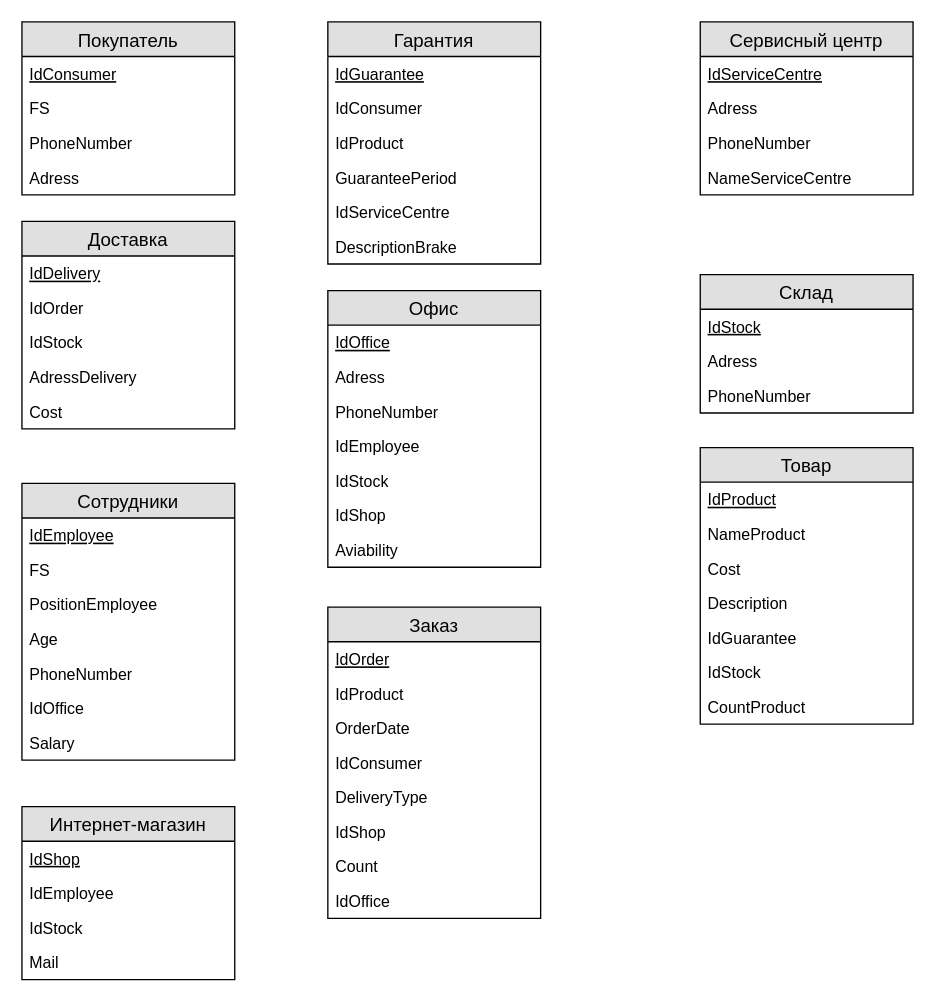
janonsky/Pirozhok keeps this draw.io diagram as Untitled Diagram.drawio. Above is the earlier version. Source tidied: cells renumbered, new cells numbered last; positions are measured from the earlier drawing's top-left corner, leaving out a move shared by most shapes. Both pictures are drawn from the tidied source at 133%, with x=0, y=0 at pixel (21, 21).
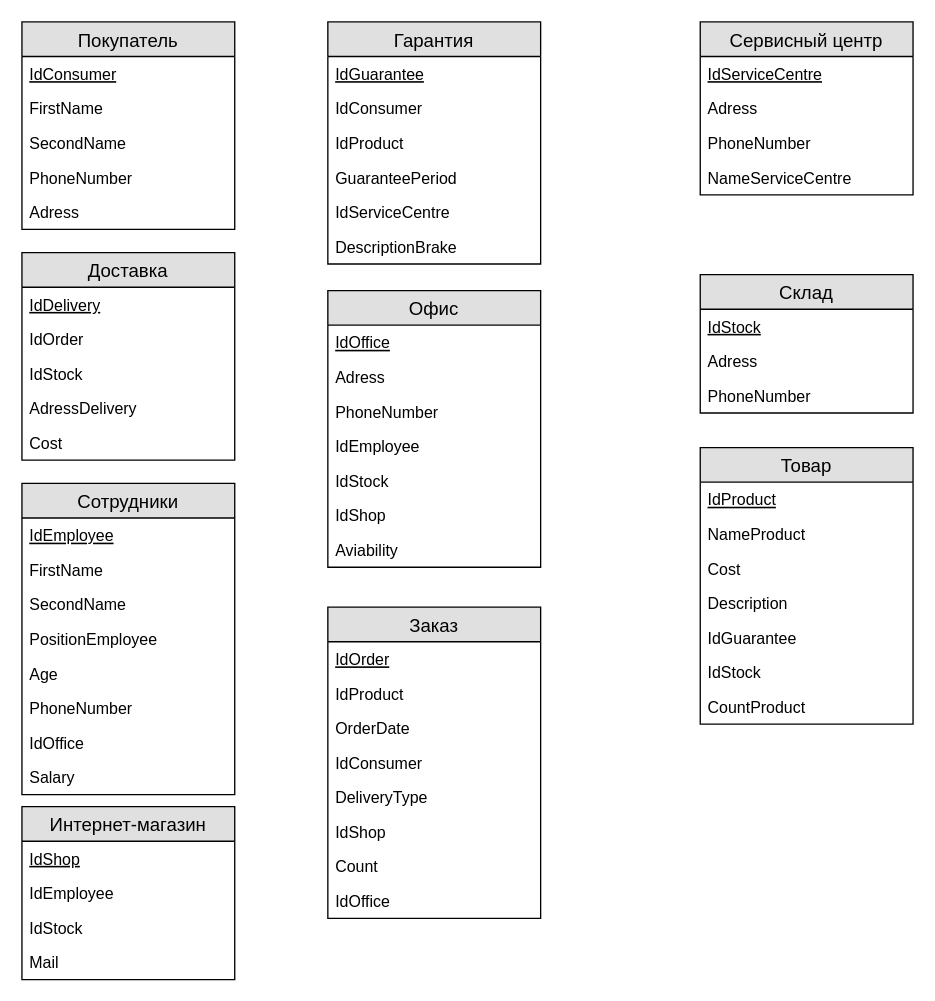
The same page after the edit.

The edit, as a diff of the source:
```diff
@@
     <mxCell id="2" value="Покупатель" style="swimlane;fontStyle=0;horizontal=1;startSize=26;fillColor=#e0e0e0;swimlaneFillColor=#ffffff;align=center;fontSize=14;" parent="1" vertex="1">
-      <mxGeometry width="160" height="130" as="geometry" />
+      <mxGeometry width="160" height="156" as="geometry" />
     </mxCell>
@@
+    <mxCell id="67" value="FirstName" style="text;strokeColor=none;fillColor=none;spacingLeft=4;spacingRight=4;overflow=hidden;fontSize=12;" parent="2" vertex="1">
+      <mxGeometry y="52" width="160" height="26" as="geometry" />
+    </mxCell>
-    <mxCell id="4" value="FS" style="text;strokeColor=none;fillColor=none;spacingLeft=4;spacingRight=4;overflow=hidden;fontSize=12;" parent="2" vertex="1">
-      <mxGeometry y="52" width="160" height="26" as="geometry" />
+    <mxCell id="4" value="SecondName" style="text;strokeColor=none;fillColor=none;spacingLeft=4;spacingRight=4;overflow=hidden;fontSize=12;" parent="2" vertex="1">
+      <mxGeometry y="78" width="160" height="26" as="geometry" />
     </mxCell>
     <mxCell id="5" value="PhoneNumber" style="text;strokeColor=none;fillColor=none;spacingLeft=4;spacingRight=4;overflow=hidden;fontSize=12;" parent="2" vertex="1">
-      <mxGeometry y="78" width="160" height="26" as="geometry" />
+      <mxGeometry y="104" width="160" height="26" as="geometry" />
     </mxCell>
     <mxCell id="6" value="Adress" style="text;strokeColor=none;fillColor=none;spacingLeft=4;spacingRight=4;overflow=hidden;fontSize=12;" parent="2" vertex="1">
-      <mxGeometry y="104" width="160" height="26" as="geometry" />
+      <mxGeometry y="130" width="160" height="26" as="geometry" />
     </mxCell>
     <mxCell id="7" value="Доставка" style="swimlane;fontStyle=0;horizontal=1;startSize=26;fillColor=#e0e0e0;swimlaneFillColor=#ffffff;align=center;fontSize=14;" parent="1" vertex="1">
-      <mxGeometry y="150" width="160" height="156" as="geometry" />
+      <mxGeometry y="173.5" width="160" height="156" as="geometry" />
     </mxCell>
@@
     <mxCell id="13" value="Сотрудники" style="swimlane;fontStyle=0;horizontal=1;startSize=26;fillColor=#e0e0e0;swimlaneFillColor=#ffffff;align=center;fontSize=14;" parent="1" vertex="1">
-      <mxGeometry y="347" width="160" height="208" as="geometry" />
+      <mxGeometry y="347" width="160" height="234" as="geometry" />
     </mxCell>
@@
+    <mxCell id="68" value="FirstName" style="text;strokeColor=none;fillColor=none;spacingLeft=4;spacingRight=4;overflow=hidden;fontSize=12;" parent="13" vertex="1">
+      <mxGeometry y="52" width="160" height="26" as="geometry" />
+    </mxCell>
-    <mxCell id="15" value="FS" style="text;strokeColor=none;fillColor=none;spacingLeft=4;spacingRight=4;overflow=hidden;fontSize=12;" parent="13" vertex="1">
-      <mxGeometry y="52" width="160" height="26" as="geometry" />
+    <mxCell id="15" value="SecondName" style="text;strokeColor=none;fillColor=none;spacingLeft=4;spacingRight=4;overflow=hidden;fontSize=12;" parent="13" vertex="1">
+      <mxGeometry y="78" width="160" height="26" as="geometry" />
     </mxCell>
     <mxCell id="16" value="PositionEmployee" style="text;strokeColor=none;fillColor=none;spacingLeft=4;spacingRight=4;overflow=hidden;fontSize=12;" parent="13" vertex="1">
-      <mxGeometry y="78" width="160" height="26" as="geometry" />
+      <mxGeometry y="104" width="160" height="26" as="geometry" />
     </mxCell>
     <mxCell id="17" value="Age" style="text;strokeColor=none;fillColor=none;spacingLeft=4;spacingRight=4;overflow=hidden;fontSize=12;" parent="13" vertex="1">
-      <mxGeometry y="104" width="160" height="26" as="geometry" />
+      <mxGeometry y="130" width="160" height="26" as="geometry" />
     </mxCell>
     <mxCell id="18" value="PhoneNumber" style="text;strokeColor=none;fillColor=none;spacingLeft=4;spacingRight=4;overflow=hidden;fontSize=12;" parent="13" vertex="1">
-      <mxGeometry y="130" width="160" height="26" as="geometry" />
+      <mxGeometry y="156" width="160" height="26" as="geometry" />
     </mxCell>
     <mxCell id="19" value="IdOffice" style="text;strokeColor=none;fillColor=none;spacingLeft=4;spacingRight=4;overflow=hidden;fontSize=12;" parent="13" vertex="1">
-      <mxGeometry y="156" width="160" height="26" as="geometry" />
+      <mxGeometry y="182" width="160" height="26" as="geometry" />
     </mxCell>
     <mxCell id="20" value="Salary" style="text;strokeColor=none;fillColor=none;spacingLeft=4;spacingRight=4;overflow=hidden;fontSize=12;" parent="13" vertex="1">
-      <mxGeometry y="182" width="160" height="26" as="geometry" />
+      <mxGeometry y="208" width="160" height="26" as="geometry" />
     </mxCell>
```
